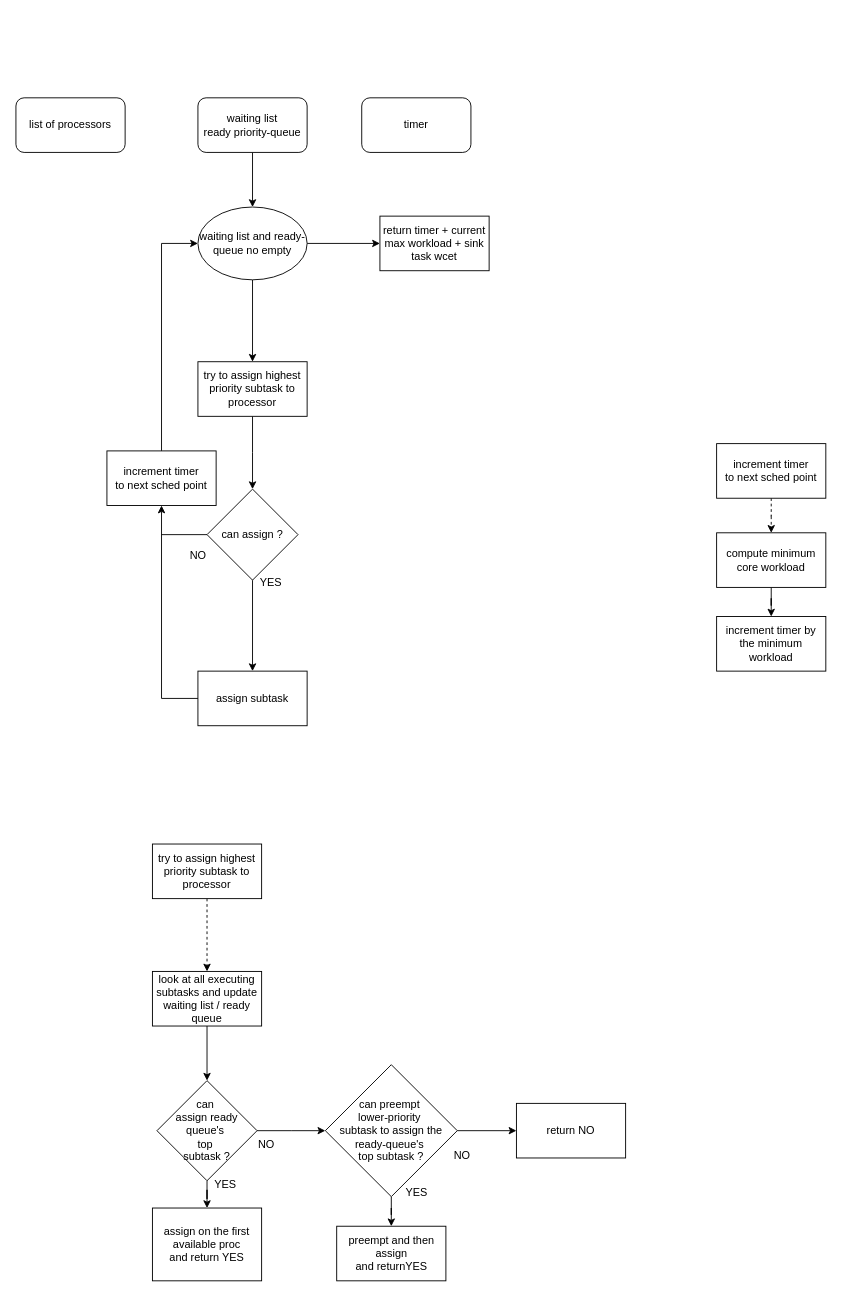
Before: code/ml_model/makespan_computation_algorithm.drawio in FelicienFG/research-project-AUT, a draw.io diagram. Source tidied: cells renumbered, new cells numbered last; positions are measured from the earlier drawing's top-left corner, leaving out a move shared by most shapes. Both pictures are drawn from the tidied source at 91%, with x=0, y=0 at pixel (15, 97).
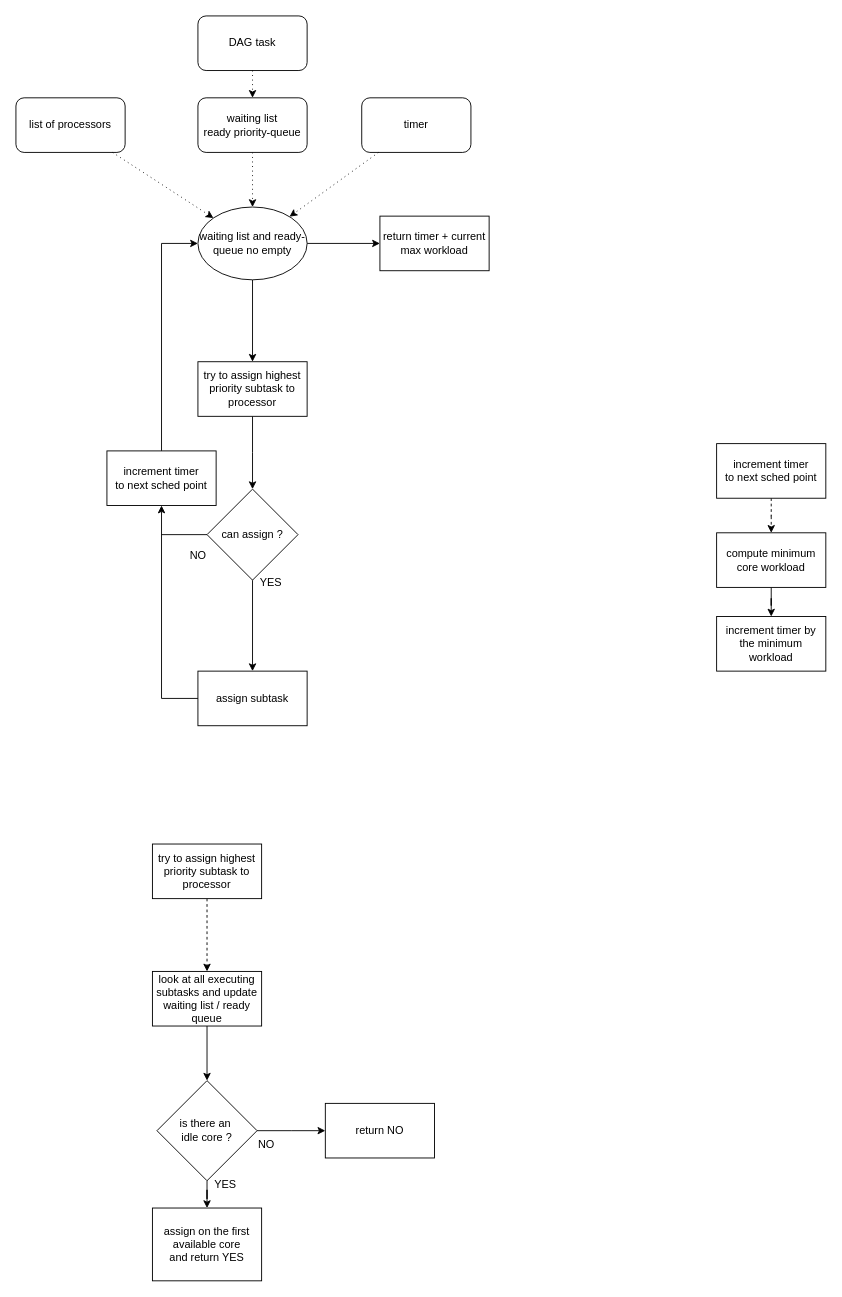
The same diagram, later.

Commit message (it also covers changes not shown here):
fixed workload bug in makespan solver

Unchanged cells that the change refers to:
```xml
<mxCell id="4" value="waiting list and ready-queue no empty" style="ellipse;whiteSpace=wrap;html=1;" parent="1" vertex="1">
  <mxGeometry x="200" y="120" width="120" height="80" as="geometry" />
</mxCell>
<mxCell id="6" value="&lt;div&gt;waiting list&lt;/div&gt;&lt;div&gt;ready priority-queue&lt;br&gt;&lt;/div&gt;" style="rounded=1;whiteSpace=wrap;html=1;perimeterSpacing=0;" parent="1" vertex="1">
  <mxGeometry x="200" width="120" height="60" as="geometry" />
</mxCell>
<mxCell id="7" value="list of processors" style="rounded=1;whiteSpace=wrap;html=1;" parent="1" vertex="1">
  <mxGeometry width="120" height="60" as="geometry" />
</mxCell>
<mxCell id="12" value="timer" style="whiteSpace=wrap;html=1;rounded=1;" parent="1" vertex="1">
  <mxGeometry x="380" width="120" height="60" as="geometry" />
</mxCell>
```

The edit, as a diff of the source:
```diff
@@
-    <mxCell id="5" style="edgeStyle=orthogonalEdgeStyle;rounded=0;jettySize=auto;html=1;" parent="1" edge="1" source="6" target="4">
+    <mxCell id="5" style="edgeStyle=orthogonalEdgeStyle;rounded=0;jettySize=auto;html=1;dashed=1;dashPattern=1 4;" parent="1" edge="1" source="6" target="4">
       <mxGeometry relative="1" as="geometry" />
     </mxCell>
@@
-    <mxCell id="17" value="return timer + current max workload + sink task wcet" style="whiteSpace=wrap;html=1;" parent="1" vertex="1">
+    <mxCell id="17" value="return timer + current max workload" style="whiteSpace=wrap;html=1;" parent="1" vertex="1">
       <mxGeometry x="400" y="130" width="120" height="60" as="geometry" />
     </mxCell>
@@
-    <mxCell id="22" value="&lt;div&gt;assign on the first available proc&lt;/div&gt;&lt;div&gt;and return YES&lt;br&gt;&lt;/div&gt;" style="whiteSpace=wrap;html=1;" parent="1" vertex="1">
+    <mxCell id="22" value="&lt;div&gt;assign on the first available core&lt;br&gt;&lt;/div&gt;&lt;div&gt;and return YES&lt;br&gt;&lt;/div&gt;" style="whiteSpace=wrap;html=1;" parent="1" vertex="1">
       <mxGeometry x="150" y="1220" width="120" height="80" as="geometry" />
     </mxCell>
@@
-    <mxCell id="25" value="&lt;div&gt;can&amp;nbsp;&lt;/div&gt;&lt;div&gt;assign ready queue's&amp;nbsp;&lt;/div&gt;&lt;div&gt;top&amp;nbsp;&lt;/div&gt;&lt;div&gt;subtask ?&lt;/div&gt;" style="rhombus;whiteSpace=wrap;html=1;" parent="1" vertex="1">
+    <mxCell id="25" value="&lt;div&gt;is there an&amp;nbsp;&lt;/div&gt;&lt;div&gt;idle core  ?&lt;/div&gt;" style="rhombus;whiteSpace=wrap;html=1;" parent="1" vertex="1">
       <mxGeometry x="155" y="1080" width="110" height="110" as="geometry" />
     </mxCell>
@@
-    <mxCell id="28" style="edgeStyle=orthogonalEdgeStyle;rounded=0;jettySize=auto;html=1;" parent="1" edge="1" source="30" target="31">
-      <mxGeometry relative="1" as="geometry" />
-    </mxCell>
-    <mxCell id="29" style="edgeStyle=orthogonalEdgeStyle;rounded=0;jettySize=auto;html=1;" parent="1" edge="1" source="30" target="34">
-      <mxGeometry relative="1" as="geometry" />
-    </mxCell>
-    <mxCell id="30" value="&lt;div&gt;can preempt&amp;nbsp;&lt;/div&gt;&lt;div&gt;lower-priority&amp;nbsp;&lt;/div&gt;&lt;div&gt;subtask to assign the ready-queue's&amp;nbsp;&lt;/div&gt;&lt;div&gt;top subtask ?&lt;/div&gt;" style="rhombus;whiteSpace=wrap;html=1;" parent="1" vertex="1">
-      <mxGeometry x="340" y="1062.5" width="145" height="145" as="geometry" />
-    </mxCell>
-    <mxCell id="31" value="&lt;div&gt;preempt and then assign&lt;/div&gt;&lt;div&gt;and returnYES&lt;/div&gt;" style="whiteSpace=wrap;html=1;" parent="1" vertex="1">
-      <mxGeometry x="352.5" y="1240" width="120" height="60" as="geometry" />
-    </mxCell>
-    <mxCell id="32" value="YES" style="text;html=1;align=center;verticalAlign=middle;strokeColor=none;fillColor=none;" parent="1" vertex="1">
-      <mxGeometry x="415" y="1188" width="50" height="30" as="geometry" />
-    </mxCell>
-    <mxCell id="33" value="NO" style="text;html=1;align=center;verticalAlign=middle;strokeColor=none;fillColor=none;" parent="1" vertex="1">
-      <mxGeometry x="470" y="1148" width="40" height="30" as="geometry" />
-    </mxCell>
     <mxCell id="34" value="return NO" style="whiteSpace=wrap;html=1;" parent="1" vertex="1">
-      <mxGeometry x="550" y="1105" width="120" height="60" as="geometry" />
+      <mxGeometry x="340" y="1105" width="120" height="60" as="geometry" />
     </mxCell>
@@
+    <mxCell id="43" style="endArrow=classic;html=1;rounded=0;dashed=1;dashPattern=1 4;" parent="1" edge="1" source="7" target="4">
+      <mxGeometry relative="1" as="geometry" />
+    </mxCell>
+    <mxCell id="44" style="endArrow=classic;html=1;rounded=0;dashed=1;dashPattern=1 4;" parent="1" edge="1" source="12" target="4">
+      <mxGeometry relative="1" as="geometry" />
+    </mxCell>
+    <mxCell id="45" value="DAG task" style="rounded=1;whiteSpace=wrap;html=1;" parent="1" vertex="1">
+      <mxGeometry x="200" y="-90" width="120" height="60" as="geometry" />
+    </mxCell>
+    <mxCell id="46" style="endArrow=classic;html=1;rounded=0;dashed=1;dashPattern=1 4;" parent="1" edge="1" source="45" target="6">
+      <mxGeometry relative="1" as="geometry" />
+    </mxCell>
```
